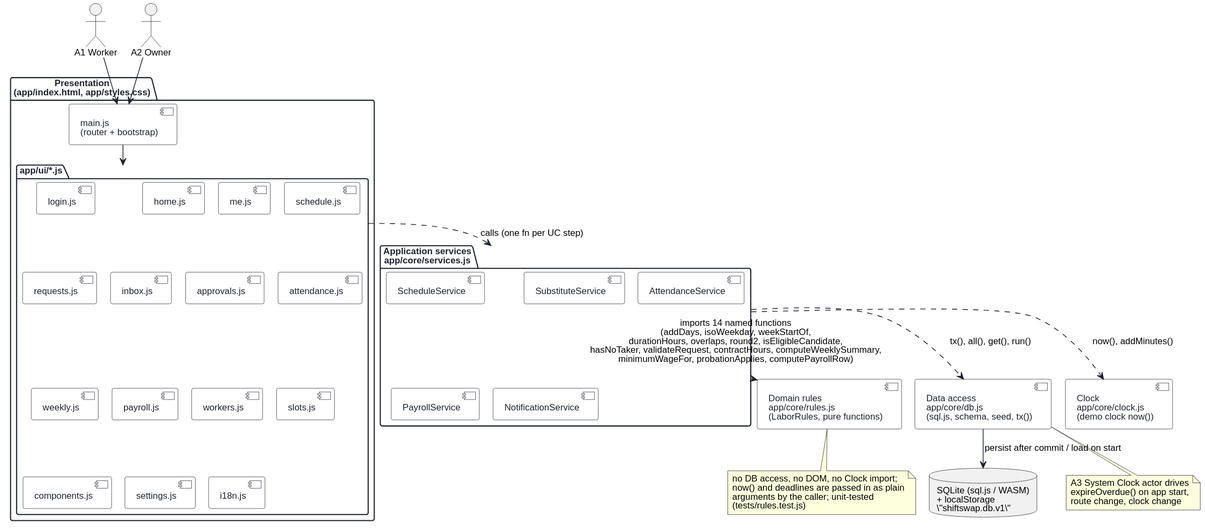
Above: uml/component.svg in keemlogan/shiftswap (PlantUML), before the change.
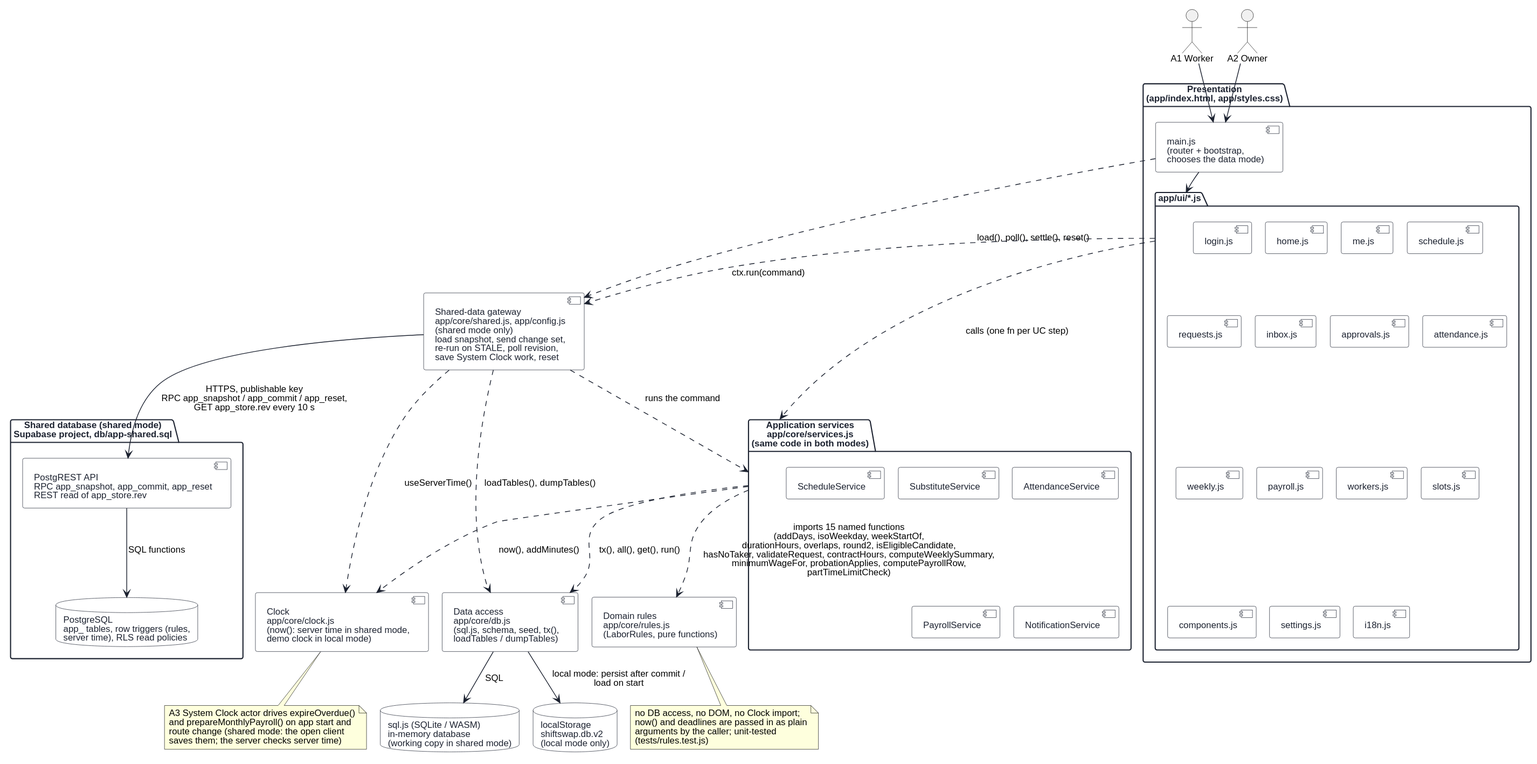
After the commit.

Change to the diagram source:
```diff
@@ -19,12 +19,17 @@
   BackgroundColor #FFFFFF
   BorderColor #1C2230
 }
+skinparam database {
+  BackgroundColor #FFFFFF
+  BorderColor #1C2230
+  FontColor #1C2230
+}
 
 actor "A1 Worker" as Worker
 actor "A2 Owner" as Owner
 
 package "Presentation\n(app/index.html, app/styles.css)" as Presentation {
-  [main.js\n(router + bootstrap)] as Main
+  [main.js\n(router + bootstrap,\nchooses the data mode)] as Main
   package "app/ui/*.js" as UI {
     [login.js]
     [home.js]
@@ -44,7 +49,7 @@
   }
 }
 
-package "Application services\napp/core/services.js" as AppServices {
+package "Application services\napp/core/services.js\n(same code in both modes)" as AppServices {
   [ScheduleService]
   [SubstituteService]
   [AttendanceService]
@@ -54,21 +59,37 @@
 
 component "Domain rules\napp/core/rules.js\n(LaborRules, pure functions)" as Rules
 
-component "Data access\napp/core/db.js\n(sql.js, schema, seed, tx())" as DBModule
+component "Shared-data gateway\napp/core/shared.js, app/config.js\n(shared mode only)\nload snapshot, send change set,\nre-run on STALE, poll revision,\nsave System Clock work, reset" as Gateway
 
-component "Clock\napp/core/clock.js\n(demo clock now())" as Clock
+component "Data access\napp/core/db.js\n(sql.js, schema, seed, tx(),\nloadTables / dumpTables)" as DBModule
 
-database "SQLite (sql.js / WASM)\n+ localStorage\n\"shiftswap.db.v1\"" as Storage
+component "Clock\napp/core/clock.js\n(now(): server time in shared mode,\ndemo clock in local mode)" as Clock
+
+database "sql.js (SQLite / WASM)\nin-memory database\n(working copy in shared mode)" as SqlJs
+
+database "localStorage\nshiftswap.db.v2\n(local mode only)" as Storage
+
+package "Shared database (shared mode)\nSupabase project, db/app-shared.sql" as Shared {
+  component "PostgREST API\nRPC app_snapshot, app_commit, app_reset\nREST read of app_store.rev" as Api
+  database "PostgreSQL\napp_ tables, row triggers (rules,\nserver time), RLS read policies" as Pg
+}
 
 Worker --> Main
 Owner --> Main
 Main --> UI
-
+Main ..> Gateway : load(), poll(), settle(), reset()
 UI ..> AppServices : calls (one fn per UC step)
-AppServices ..> Rules : imports 14 named functions\n(addDays, isoWeekday, weekStartOf,\ndurationHours, overlaps, round2, isEligibleCandidate,\nhasNoTaker, validateRequest, contractHours, computeWeeklySummary,\nminimumWageFor, probationApplies, computePayrollRow)
+UI ..> Gateway : ctx.run(command)
+Gateway ..> AppServices : runs the command
+AppServices ..> Rules : imports 15 named functions\n(addDays, isoWeekday, weekStartOf,\ndurationHours, overlaps, round2, isEligibleCandidate,\nhasNoTaker, validateRequest, contractHours, computeWeeklySummary,\nminimumWageFor, probationApplies, computePayrollRow,\npartTimeLimitCheck)
 AppServices ..> DBModule : tx(), all(), get(), run()
 AppServices ..> Clock : now(), addMinutes()
-DBModule --> Storage : persist after commit / load on start
+Gateway ..> DBModule : loadTables(), dumpTables()
+Gateway ..> Clock : useServerTime()
+Gateway --> Api : HTTPS, publishable key\nRPC app_snapshot / app_commit / app_reset,\nGET app_store.rev every 10 s
+Api --> Pg : SQL functions
+DBModule --> SqlJs : SQL
+DBModule --> Storage : local mode: persist after commit /\nload on start
 
 note bottom of Rules
   no DB access, no DOM, no Clock import;
@@ -77,9 +98,10 @@
   (tests/rules.test.js)
 end note
 
-note bottom of DBModule
-  A3 System Clock actor drives
-  expireOverdue() on app start,
-  route change, clock change
+note bottom of Clock
+  A3 System Clock actor drives expireOverdue()
+  and prepareMonthlyPayroll() on app start and
+  route change (shared mode: the open client
+  saves them; the server checks server time)
 end note
 @enduml
```
